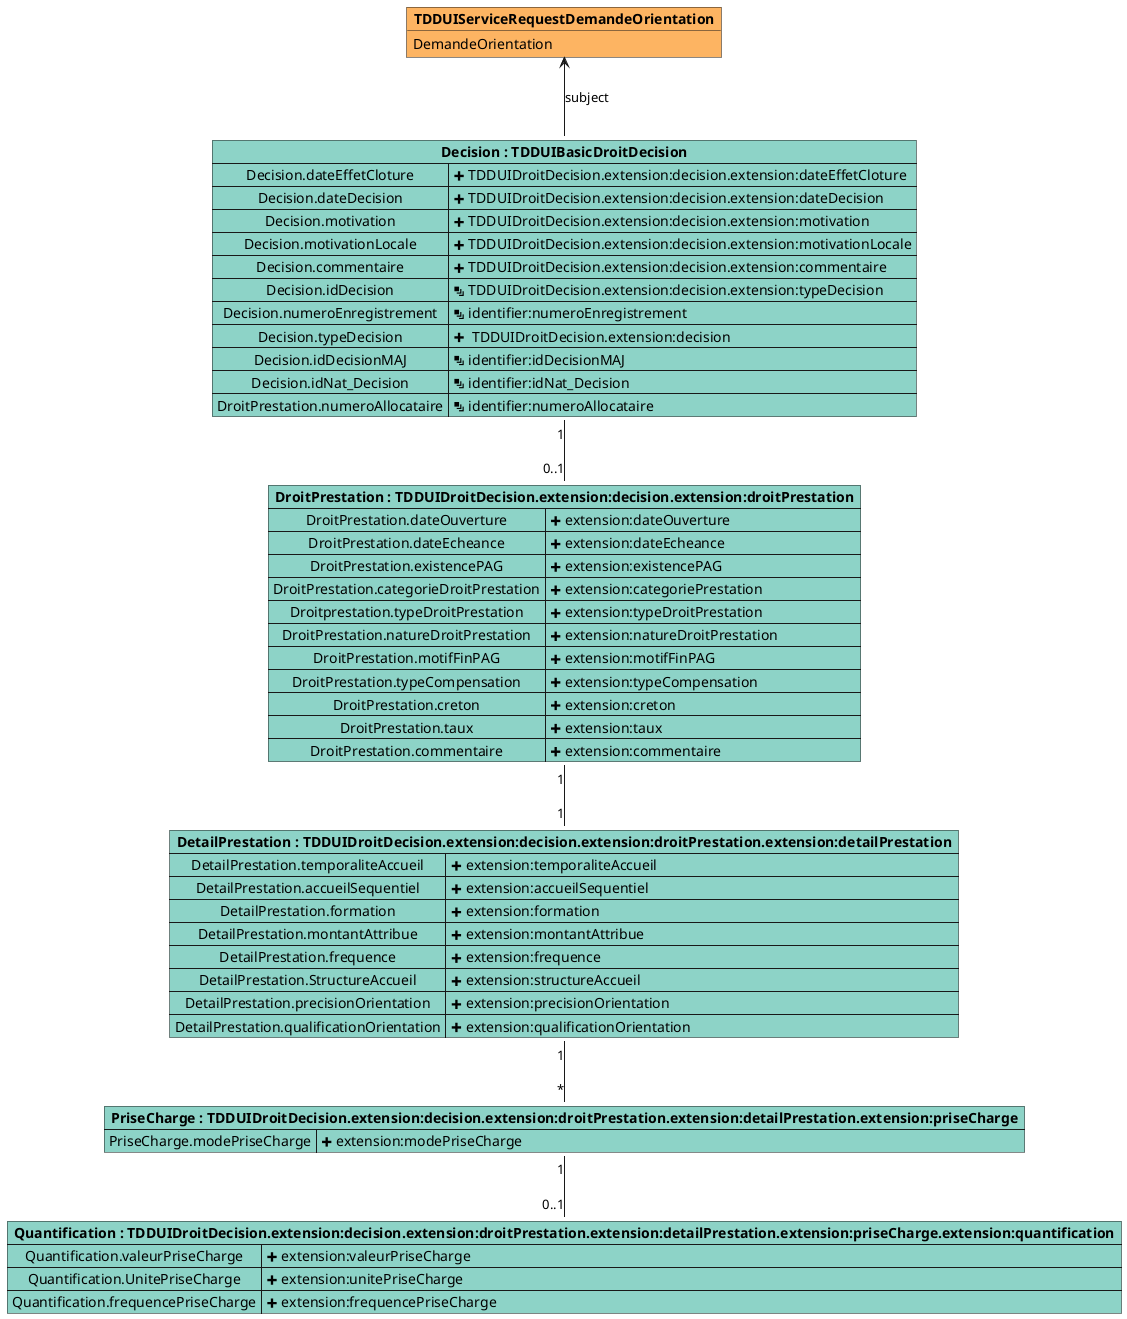
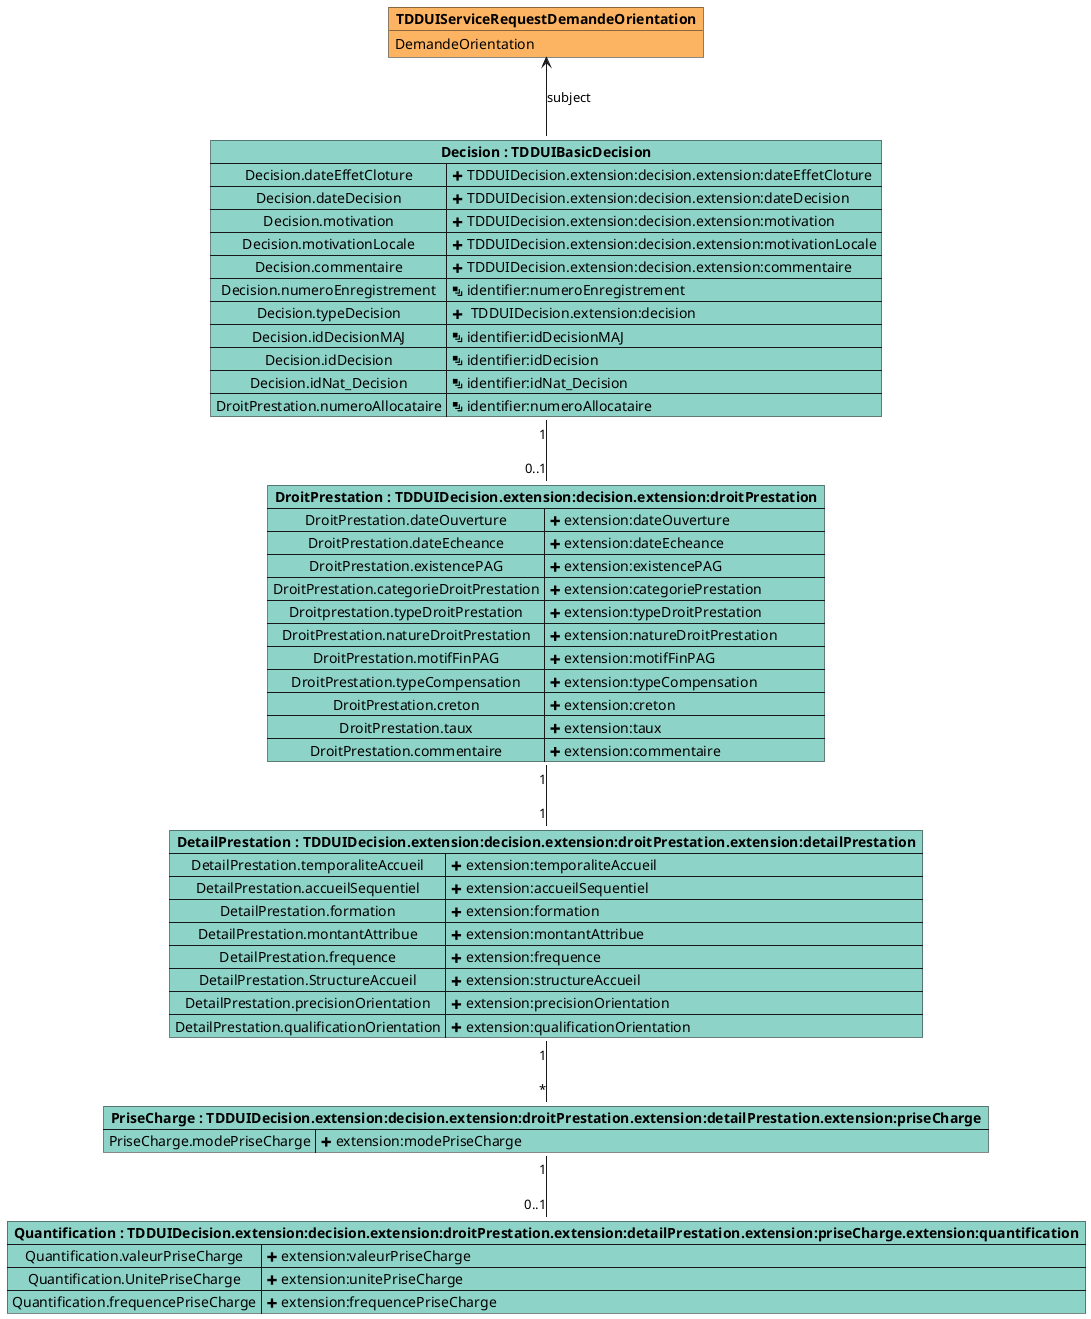
@startuml

object "**TDDUIServiceRequestDemandeOrientation**" as DemandeOrientation #fdb462 {
    DemandeOrientation
}

- map "**Decision : TDDUIBasicDroitDecision**" as Decision #8dd3c7 {
-     Decision.dateEffetCloture => <&plus> TDDUIDroitDecision.extension:decision.extension:dateEffetCloture
-     Decision.dateDecision => <&plus> TDDUIDroitDecision.extension:decision.extension:dateDecision
-     Decision.motivation => <&plus> TDDUIDroitDecision.extension:decision.extension:motivation
-     Decision.motivationLocale => <&plus> TDDUIDroitDecision.extension:decision.extension:motivationLocale
-     Decision.commentaire => <&plus> TDDUIDroitDecision.extension:decision.extension:commentaire
-     Decision.idDecision => <&layers> TDDUIDroitDecision.extension:decision.extension:typeDecision
+ map "**Decision : TDDUIBasicDecision**" as Decision #8dd3c7 {
+     Decision.dateEffetCloture => <&plus> TDDUIDecision.extension:decision.extension:dateEffetCloture
+     Decision.dateDecision => <&plus> TDDUIDecision.extension:decision.extension:dateDecision
+     Decision.motivation => <&plus> TDDUIDecision.extension:decision.extension:motivation
+     Decision.motivationLocale => <&plus> TDDUIDecision.extension:decision.extension:motivationLocale
+     Decision.commentaire => <&plus> TDDUIDecision.extension:decision.extension:commentaire
    Decision.numeroEnregistrement => <&layers> identifier:numeroEnregistrement
-     Decision.typeDecision => <&plus>  TDDUIDroitDecision.extension:decision
+     Decision.typeDecision => <&plus>  TDDUIDecision.extension:decision
    Decision.idDecisionMAJ => <&layers> identifier:idDecisionMAJ
+     Decision.idDecision => <&layers> identifier:idDecision
    Decision.idNat_Decision => <&layers> identifier:idNat_Decision
    DroitPrestation.numeroAllocataire => <&layers> identifier:numeroAllocataire
    }

- map "**DroitPrestation : TDDUIDroitDecision.extension:decision.extension:droitPrestation**" as DroitPrestation #8dd3c7 {
+ map "**DroitPrestation : TDDUIDecision.extension:decision.extension:droitPrestation**" as DroitPrestation #8dd3c7 {

    DroitPrestation.dateOuverture => <&plus> extension:dateOuverture
    DroitPrestation.dateEcheance => <&plus> extension:dateEcheance
    DroitPrestation.existencePAG => <&plus> extension:existencePAG
    DroitPrestation.categorieDroitPrestation => <&plus> extension:categoriePrestation
    Droitprestation.typeDroitPrestation => <&plus> extension:typeDroitPrestation
    DroitPrestation.natureDroitPrestation => <&plus> extension:natureDroitPrestation
    DroitPrestation.motifFinPAG => <&plus> extension:motifFinPAG
    DroitPrestation.typeCompensation => <&plus> extension:typeCompensation
    DroitPrestation.creton => <&plus> extension:creton
    DroitPrestation.taux => <&plus> extension:taux
    DroitPrestation.commentaire => <&plus> extension:commentaire
}

- map "**DetailPrestation : TDDUIDroitDecision.extension:decision.extension:droitPrestation.extension:detailPrestation**" as DetailPrestation #8dd3c7 {
+ map "**DetailPrestation : TDDUIDecision.extension:decision.extension:droitPrestation.extension:detailPrestation**" as DetailPrestation #8dd3c7 {
    DetailPrestation.temporaliteAccueil => <&plus> extension:temporaliteAccueil
    DetailPrestation.accueilSequentiel => <&plus> extension:accueilSequentiel
    DetailPrestation.formation => <&plus> extension:formation
    DetailPrestation.montantAttribue => <&plus> extension:montantAttribue
    DetailPrestation.frequence => <&plus> extension:frequence
    DetailPrestation.StructureAccueil => <&plus> extension:structureAccueil
    DetailPrestation.precisionOrientation => <&plus> extension:precisionOrientation
    DetailPrestation.qualificationOrientation => <&plus> extension:qualificationOrientation
}

- map "**PriseCharge : TDDUIDroitDecision.extension:decision.extension:droitPrestation.extension:detailPrestation.extension:priseCharge**" as PriseCharge #8dd3c7 {
+ map "**PriseCharge : TDDUIDecision.extension:decision.extension:droitPrestation.extension:detailPrestation.extension:priseCharge**" as PriseCharge #8dd3c7 {
    PriseCharge.modePriseCharge => <&plus> extension:modePriseCharge
}
- map "**Quantification : TDDUIDroitDecision.extension:decision.extension:droitPrestation.extension:detailPrestation.extension:priseCharge.extension:quantification**" as Quantification #8dd3c7 {
+ map "**Quantification : TDDUIDecision.extension:decision.extension:droitPrestation.extension:detailPrestation.extension:priseCharge.extension:quantification**" as Quantification #8dd3c7 {
    Quantification.valeurPriseCharge => <&plus> extension:valeurPriseCharge
    Quantification.UnitePriseCharge => <&plus> extension:unitePriseCharge
    Quantification.frequencePriseCharge => <&plus> extension:frequencePriseCharge

}

Decision -u-> DemandeOrientation : subject
Decision "1" -d- "0..1" DroitPrestation
DroitPrestation "1" -d- "1" DetailPrestation
DetailPrestation "1" -d- "*" PriseCharge
PriseCharge "1" -d- "0..1" Quantification


@enduml